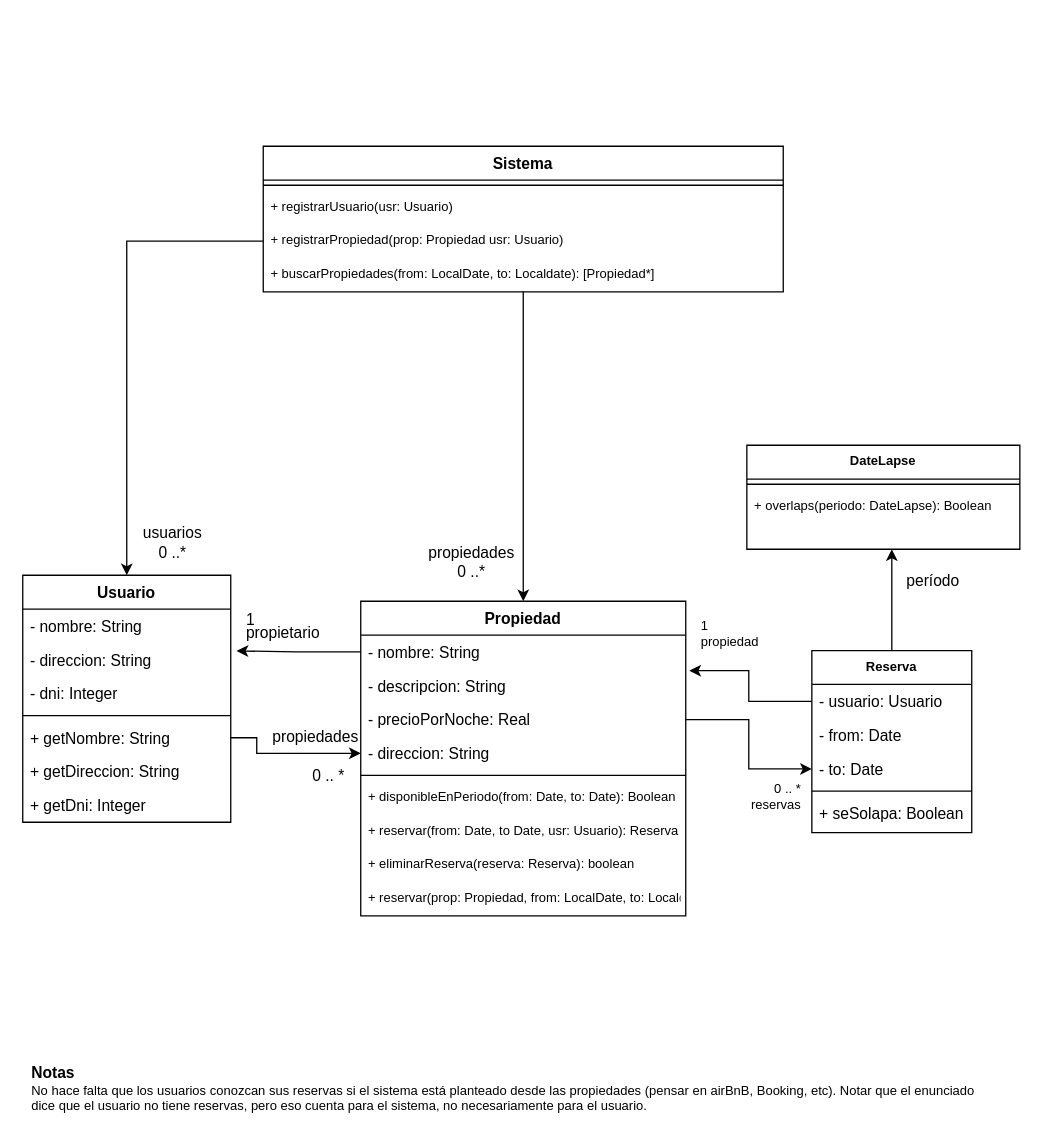
Above: DiagramasUML/ej15-uml.drawio in Numa-diazdiva/OO1-ejercicios (draw.io), before the change. Source tidied: cells renumbered, new cells numbered last; positions are measured from the earlier drawing's top-left corner, leaving out a move shared by most shapes. Both pictures are drawn from the tidied source at 130%, with x=0, y=0 at pixel (22, 146).
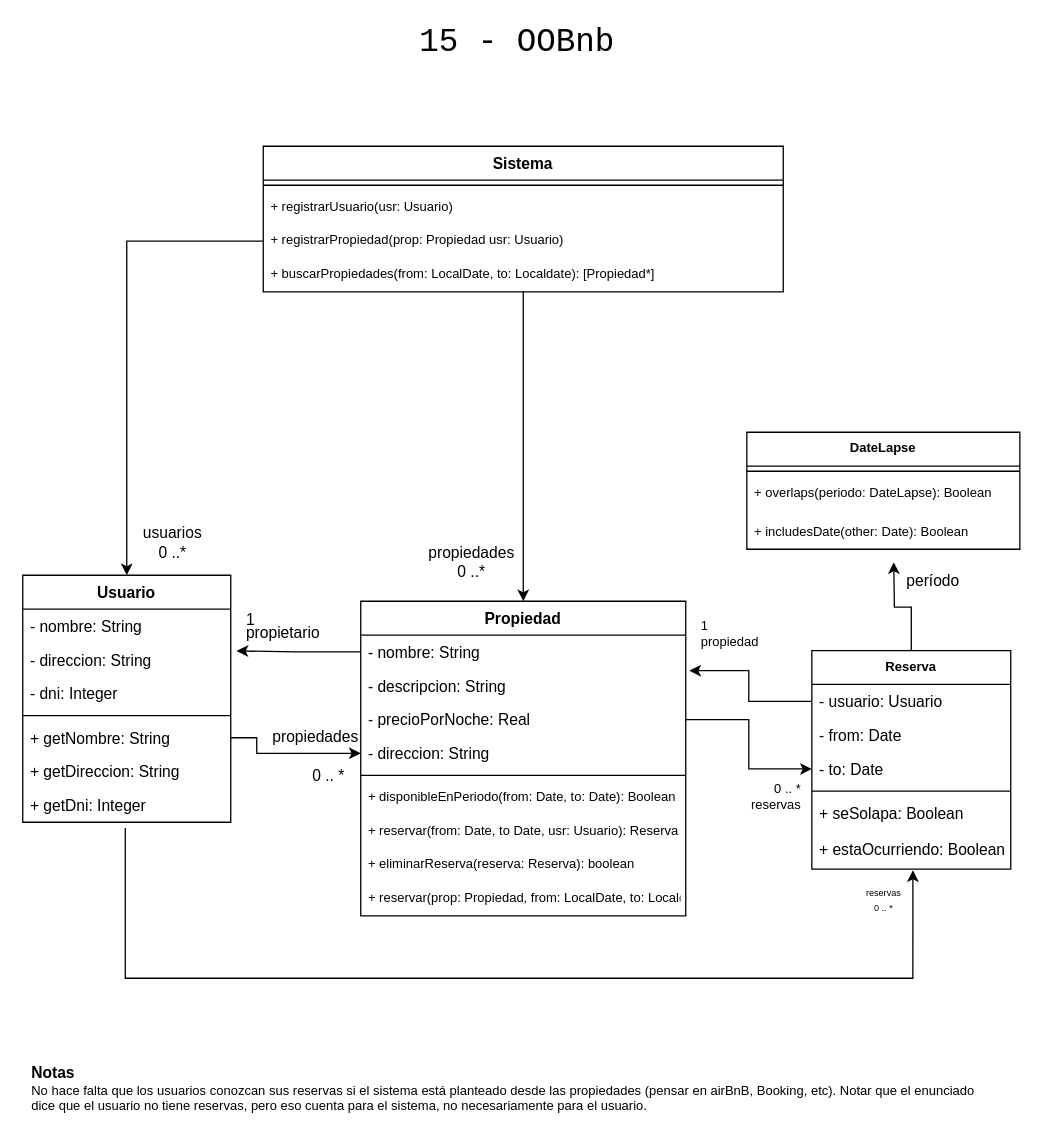
Above is the later version.

The change refers to these unchanged cells:
```xml
<mxCell id="9" value="+ getDni: Integer" style="text;strokeColor=none;fillColor=none;align=left;verticalAlign=top;spacingLeft=4;spacingRight=4;overflow=hidden;points=[[0,0.5],[1,0.5]];portConstraint=eastwest;" parent="2" vertex="1">
  <mxGeometry y="164" width="160" height="26" as="geometry" />
</mxCell>
```

The edit, as a diff of the source:
```diff
@@
-    <mxCell id="32" style="edgeStyle=orthogonalEdgeStyle;rounded=0;jettySize=auto;html=1;entryX=0.531;entryY=1;entryDx=0;entryDy=0;entryPerimeter=0;fontSize=12;" parent="1" edge="1" source="33" target="48">
-      <mxGeometry relative="1" as="geometry" />
+    <mxCell id="32" style="edgeStyle=orthogonalEdgeStyle;rounded=0;jettySize=auto;html=1;fontSize=12;" parent="1" edge="1" source="33">
+      <mxGeometry relative="1" as="geometry">
+        <mxPoint x="670" y="320" as="targetPoint" />
+      </mxGeometry>
     </mxCell>
     <mxCell id="33" value="Reserva" style="swimlane;fontStyle=1;align=center;verticalAlign=top;horizontal=1;startSize=26;fontSize=10;" parent="1" vertex="1">
-      <mxGeometry x="607" y="388" width="123" height="140" as="geometry" />
+      <mxGeometry x="607" y="388" width="153" height="168" as="geometry" />
     </mxCell>
     <mxCell id="34" value="- usuario: Usuario" style="text;strokeColor=none;fillColor=none;align=left;verticalAlign=top;spacingLeft=4;spacingRight=4;overflow=hidden;points=[[0,0.5],[1,0.5]];portConstraint=eastwest;fontSize=12;" parent="33" vertex="1">
-      <mxGeometry y="26" width="123" height="26" as="geometry" />
+      <mxGeometry y="26" width="153" height="26" as="geometry" />
     </mxCell>
     <mxCell id="35" value="- from: Date" style="text;strokeColor=none;fillColor=none;align=left;verticalAlign=top;spacingLeft=4;spacingRight=4;overflow=hidden;fontSize=12;" parent="33" vertex="1">
-      <mxGeometry y="52" width="123" height="26" as="geometry" />
+      <mxGeometry y="52" width="153" height="26" as="geometry" />
     </mxCell>
     <mxCell id="36" value="- to: Date" style="text;strokeColor=none;fillColor=none;align=left;verticalAlign=top;spacingLeft=4;spacingRight=4;overflow=hidden;points=[[0,0.5],[1,0.5]];portConstraint=eastwest;fontSize=12;" parent="33" vertex="1">
-      <mxGeometry y="78" width="123" height="26" as="geometry" />
+      <mxGeometry y="78" width="153" height="26" as="geometry" />
     </mxCell>
     <mxCell id="37" style="line;strokeWidth=1;fillColor=none;align=left;verticalAlign=middle;spacingTop=-1;spacingLeft=3;spacingRight=3;labelPosition=right;strokeColor=inherit;fontSize=10;" parent="33" vertex="1">
-      <mxGeometry y="104" width="123" height="8" as="geometry" />
+      <mxGeometry y="104" width="153" height="8" as="geometry" />
     </mxCell>
     <mxCell id="38" value="+ seSolapa: Boolean" style="text;strokeColor=none;fillColor=none;align=left;verticalAlign=top;spacingLeft=4;spacingRight=4;overflow=hidden;fontSize=12;" parent="33" vertex="1">
-      <mxGeometry y="112" width="123" height="28" as="geometry" />
+      <mxGeometry y="112" width="153" height="28" as="geometry" />
     </mxCell>
+    <mxCell id="51" value="+ estaOcurriendo: Boolean" style="text;strokeColor=none;fillColor=none;align=left;verticalAlign=top;spacingLeft=4;spacingRight=4;overflow=hidden;points=[[0,0.5],[1,0.5]];portConstraint=eastwest;fontSize=12;" parent="33" vertex="1">
+      <mxGeometry y="140" width="153" height="28" as="geometry" />
+    </mxCell>
@@
     <mxCell id="46" value="DateLapse" style="swimlane;fontStyle=1;align=center;verticalAlign=top;horizontal=1;startSize=26;fontSize=10;" parent="1" vertex="1">
-      <mxGeometry x="557" y="230" width="210" height="80" as="geometry" />
+      <mxGeometry x="557" y="220" width="210" height="90" as="geometry" />
     </mxCell>
@@
     <mxCell id="48" value="+ overlaps(periodo: DateLapse): Boolean" style="text;strokeColor=none;fillColor=none;align=left;verticalAlign=top;spacingLeft=4;spacingRight=4;overflow=hidden;points=[[0,0.5],[1,0.5]];portConstraint=eastwest;fontSize=10;" parent="46" vertex="1">
-      <mxGeometry y="34" width="210" height="46" as="geometry" />
+      <mxGeometry y="34" width="210" height="30" as="geometry" />
     </mxCell>
+    <mxCell id="52" value="+ includesDate(other: Date): Boolean" style="text;strokeColor=none;fillColor=none;align=left;verticalAlign=top;spacingLeft=4;spacingRight=4;overflow=hidden;fontSize=10;" parent="46" vertex="1">
+      <mxGeometry y="64" width="210" height="26" as="geometry" />
+    </mxCell>
@@
+    <mxCell id="53" value="&lt;font face=&quot;Courier New&quot; style=&quot;font-size: 25px;&quot;&gt;15 - OOBnb&lt;/font&gt;" style="text;html=1;align=center;verticalAlign=middle;strokeColor=none;fillColor=none;" parent="1" vertex="1">
+      <mxGeometry x="295" y="-90" width="170" height="20" as="geometry" />
+    </mxCell>
+    <mxCell id="54" style="edgeStyle=orthogonalEdgeStyle;rounded=0;jettySize=auto;html=1;exitX=0.493;exitY=1.167;exitDx=0;exitDy=0;fontFamily=Courier New;fontSize=25;exitPerimeter=0;entryX=0.508;entryY=1.03;entryDx=0;entryDy=0;entryPerimeter=0;" parent="1" edge="1" source="9" target="51">
+      <mxGeometry relative="1" as="geometry">
+        <Array as="points">
+          <mxPoint x="79" y="640" />
+          <mxPoint x="685" y="640" />
+        </Array>
+      </mxGeometry>
+    </mxCell>
+    <mxCell id="55" value="&lt;font face=&quot;Helvetica&quot; style=&quot;font-size: 7px;&quot;&gt;reservas&lt;br&gt;&lt;br&gt;&lt;/font&gt;" style="text;html=1;align=center;verticalAlign=middle;strokeColor=none;fillColor=none;fontSize=25;fontFamily=Courier New;" parent="1" vertex="1">
+      <mxGeometry x="642" y="550" width="40" height="70" as="geometry" />
+    </mxCell>
+    <mxCell id="56" value="0 .. *" style="text;html=1;align=center;verticalAlign=middle;strokeColor=none;fillColor=none;fontSize=7;fontFamily=Helvetica;" parent="1" vertex="1">
+      <mxGeometry x="647" y="582" width="30" height="10" as="geometry" />
+    </mxCell>
```
